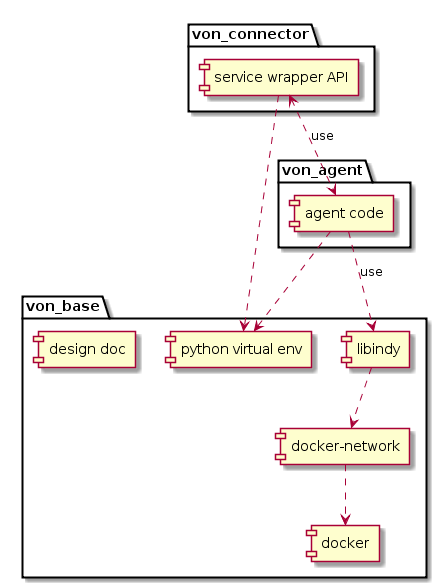
PSPC-SPAC-buyandsell/von_base keeps this PlantUML diagram as doc/pic/package.png. Above is the earlier version. The source it was exported from:
```plantuml
@startuml
package von_base {
    [docker] as docker
    [libindy] as libindy
    [docker-network] as docker_network
    [python virtual env] as py_venv
    [design doc]
}

package von_agent {
    [agent code] as agent_code
}

package von_connector {
    [service wrapper API] as service_wrapper_api
}

service_wrapper_api ..> py_venv
agent_code ..> py_venv
service_wrapper_api <..> agent_code: use
agent_code ..> libindy: use
libindy .down.> docker_network
docker_network .down.>docker
@enduml
```
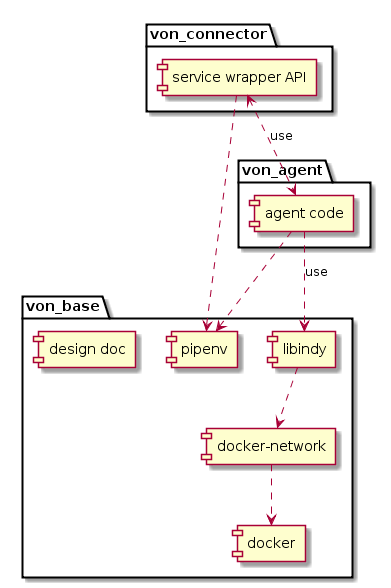
After the change.

What changed in the source:
```diff
@@ -3,7 +3,7 @@
     [docker] as docker
     [libindy] as libindy
     [docker-network] as docker_network
-    [python virtual env] as py_venv
+    [pipenv] as pipenv
     [design doc]
 }
 
@@ -15,8 +15,8 @@
     [service wrapper API] as service_wrapper_api
 }
 
-service_wrapper_api ..> py_venv
-agent_code ..> py_venv
+service_wrapper_api ..> pipenv
+agent_code ..> pipenv
 service_wrapper_api <..> agent_code: use
 agent_code ..> libindy: use
 libindy .down.> docker_network
```
